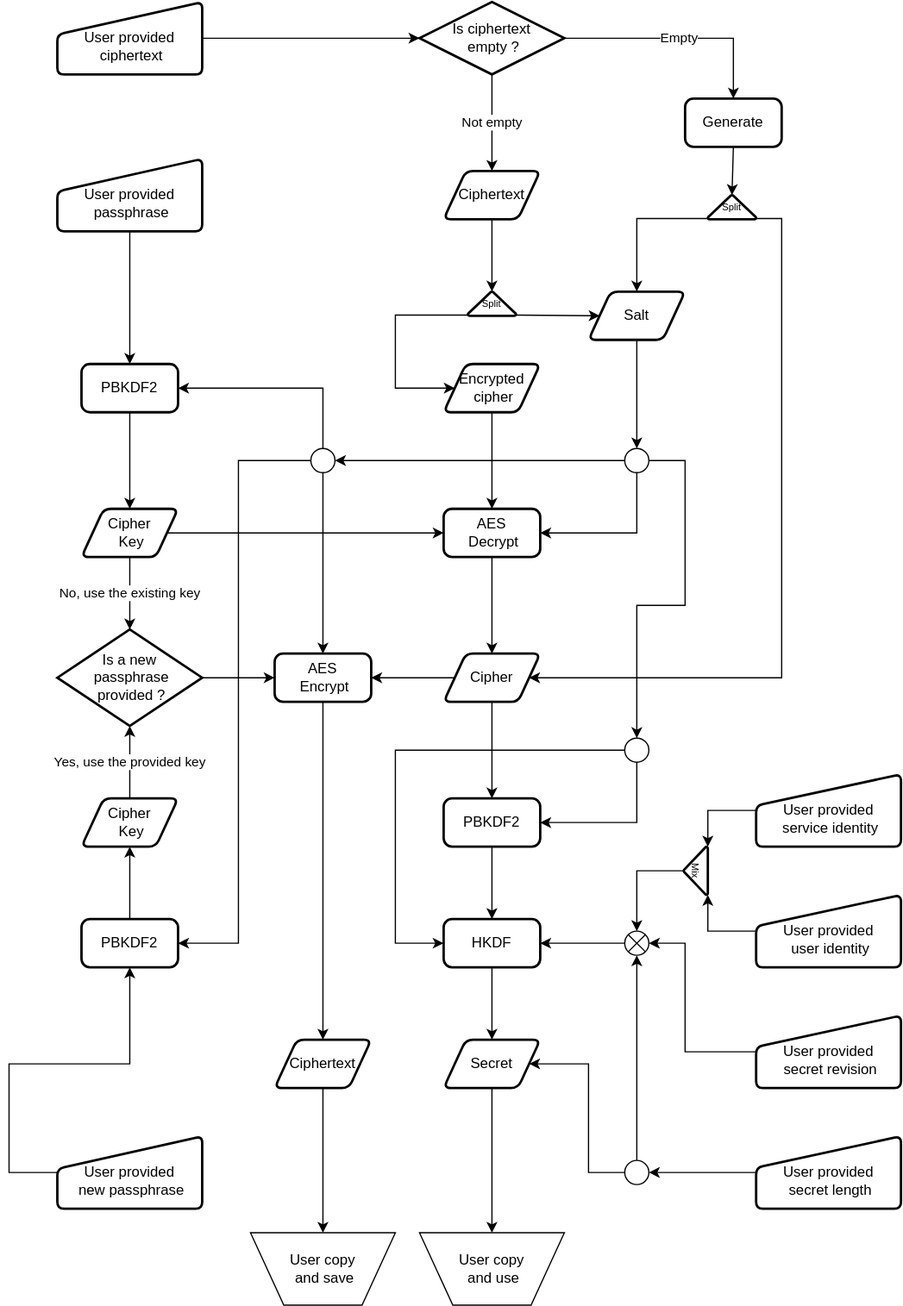
sumine-zl/amnesiac-secretary keeps this draw.io diagram as docs/flowchart.svg. Above is the earlier version. Source tidied: cells renumbered, new cells last; positions are measured from the earlier drawing's top-left corner, leaving out a move shared by most shapes.
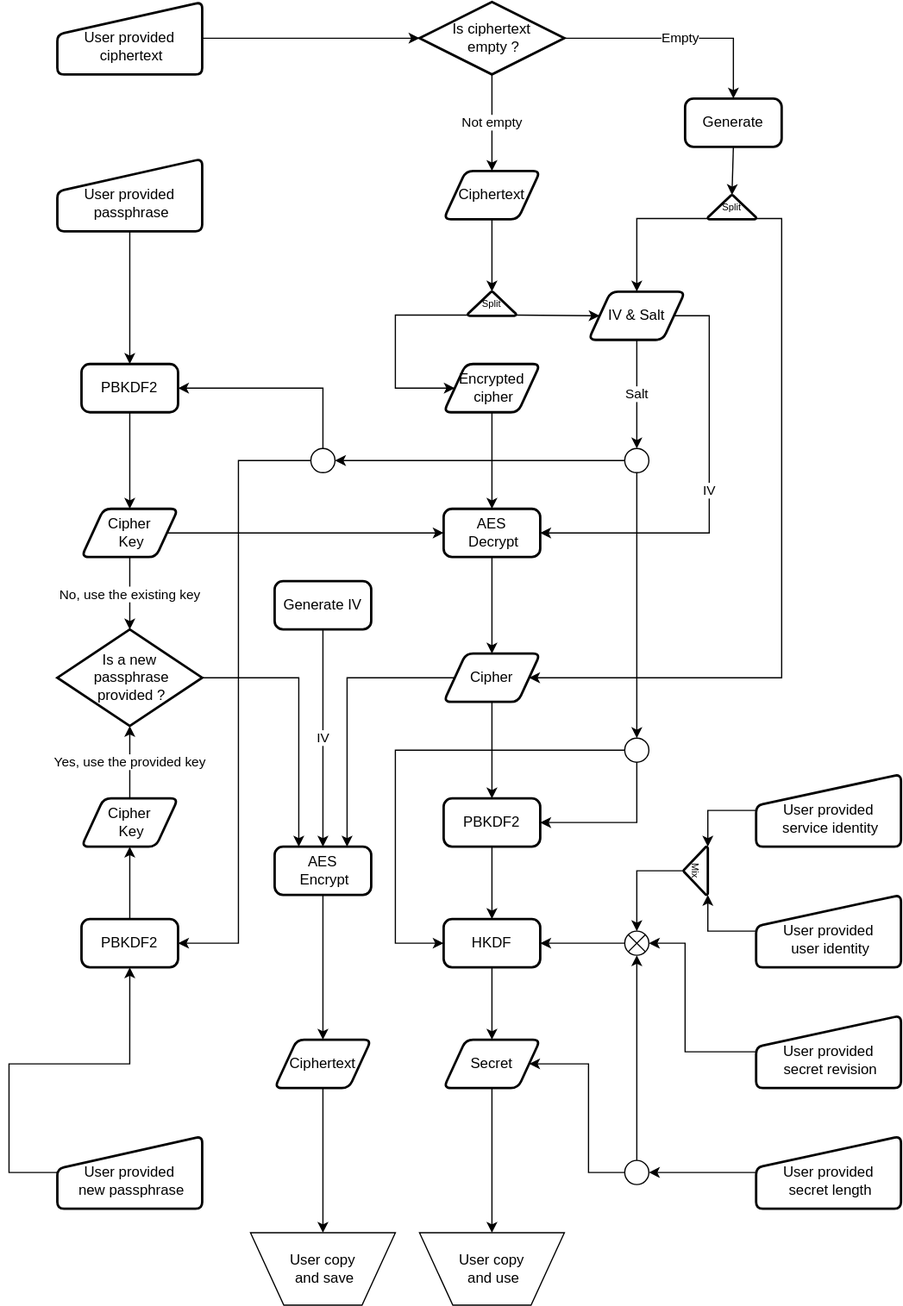
Above is the later version.

The edit, as a diff of the source:
```diff
@@ -20,7 +20,7 @@
     <mxCell id="7" style="endArrow=classic;html=1;rounded=0;entryX=0.5;entryY=0;entryDx=0;entryDy=0;entryPerimeter=0;exitX=0.5;exitY=1;exitDx=0;exitDy=0;" parent="1" edge="1" source="21" target="6">
       <mxGeometry relative="1" as="geometry" />
     </mxCell>
-    <mxCell id="8" value="Salt" style="shape=parallelogram;html=1;strokeWidth=2;perimeter=parallelogramPerimeter;whiteSpace=wrap;rounded=1;arcSize=12;size=0.23;" parent="1" vertex="1">
+    <mxCell id="8" value="IV &amp;amp; Salt" style="shape=parallelogram;html=1;strokeWidth=2;perimeter=parallelogramPerimeter;whiteSpace=wrap;rounded=1;arcSize=12;size=0.23;" parent="1" vertex="1">
       <mxGeometry x="480" y="240" width="80" height="40" as="geometry" />
     </mxCell>
     <mxCell id="9" value="Cipher" style="shape=parallelogram;html=1;strokeWidth=2;perimeter=parallelogramPerimeter;whiteSpace=wrap;rounded=1;arcSize=12;size=0.23;" parent="1" vertex="1">
@@ -100,13 +100,17 @@
       <mxGeometry x="60" y="660" width="80" height="40" as="geometry" />
     </mxCell>
     <mxCell id="33" value="AES&lt;div&gt;&amp;nbsp;Encrypt&lt;/div&gt;" style="rounded=1;whiteSpace=wrap;html=1;absoluteArcSize=1;arcSize=14;strokeWidth=2;" parent="1" vertex="1">
-      <mxGeometry x="220" y="540" width="80" height="40" as="geometry" />
+      <mxGeometry x="220" y="700" width="80" height="40" as="geometry" />
     </mxCell>
     <mxCell id="34" value="PBKDF2" style="rounded=1;whiteSpace=wrap;html=1;absoluteArcSize=1;arcSize=14;strokeWidth=2;" parent="1" vertex="1">
       <mxGeometry x="60" y="760" width="80" height="40" as="geometry" />
     </mxCell>
-    <mxCell id="35" style="endArrow=classic;html=1;rounded=0;exitX=0;exitY=0.5;exitDx=0;exitDy=0;entryX=1;entryY=0.5;entryDx=0;entryDy=0;" parent="1" edge="1" source="9" target="33">
-      <mxGeometry relative="1" as="geometry" />
+    <mxCell id="35" style="endArrow=classic;html=1;rounded=0;exitX=0;exitY=0.5;exitDx=0;exitDy=0;entryX=0.75;entryY=0;entryDx=0;entryDy=0;edgeStyle=elbowEdgeStyle;" parent="1" edge="1" source="9" target="33">
+      <mxGeometry relative="1" as="geometry">
+        <Array as="points">
+          <mxPoint x="280" y="670" />
+        </Array>
+      </mxGeometry>
     </mxCell>
     <mxCell id="36" style="endArrow=classic;html=1;rounded=0;exitX=0.5;exitY=1;exitDx=0;exitDy=0;entryX=0.5;entryY=0;entryDx=0;entryDy=0;entryPerimeter=0;" parent="1" edge="1" source="11" target="31">
       <mxGeometry relative="1" as="geometry" />
@@ -120,8 +124,12 @@
     <mxCell id="39" value="Yes, use the provided key" style="edgeLabel;html=1;align=center;verticalAlign=middle;" parent="38" vertex="1">
       <mxGeometry relative="1" as="geometry" />
     </mxCell>
-    <mxCell id="40" style="endArrow=classic;html=1;rounded=0;exitX=1;exitY=0.5;exitDx=0;exitDy=0;exitPerimeter=0;entryX=0;entryY=0.5;entryDx=0;entryDy=0;" parent="1" edge="1" source="31" target="33">
-      <mxGeometry relative="1" as="geometry" />
+    <mxCell id="40" style="endArrow=classic;html=1;rounded=0;exitX=1;exitY=0.5;exitDx=0;exitDy=0;exitPerimeter=0;entryX=0.25;entryY=0;entryDx=0;entryDy=0;edgeStyle=elbowEdgeStyle;" parent="1" edge="1" source="31" target="33">
+      <mxGeometry relative="1" as="geometry">
+        <Array as="points">
+          <mxPoint x="240" y="660" />
+        </Array>
+      </mxGeometry>
     </mxCell>
     <mxCell id="41" style="endArrow=classic;html=1;rounded=0;exitX=0.5;exitY=0;exitDx=0;exitDy=0;entryX=0.5;entryY=1;entryDx=0;entryDy=0;" parent="1" edge="1" source="34" target="32">
       <mxGeometry relative="1" as="geometry" />
@@ -238,7 +246,7 @@
     <mxCell id="67" style="ellipse;whiteSpace=wrap;html=1;fontSize=8;" parent="1" vertex="1">
       <mxGeometry x="510" y="370" width="20" height="20" as="geometry" />
     </mxCell>
-    <mxCell id="68" style="endArrow=classic;html=1;rounded=0;entryX=0.5;entryY=0;entryDx=0;entryDy=0;exitX=0.5;exitY=1;exitDx=0;exitDy=0;" parent="1" edge="1" source="8" target="67">
+    <mxCell id="68" value="Salt" style="endArrow=classic;html=1;rounded=0;entryX=0.5;entryY=0;entryDx=0;entryDy=0;exitX=0.5;exitY=1;exitDx=0;exitDy=0;" parent="1" edge="1" source="8" target="67">
       <mxGeometry relative="1" as="geometry" />
     </mxCell>
     <mxCell id="69" style="ellipse;whiteSpace=wrap;html=1;fontSize=8;" parent="1" vertex="1">
@@ -254,27 +262,11 @@
         </Array>
       </mxGeometry>
     </mxCell>
-    <mxCell id="72" style="endArrow=classic;html=1;rounded=0;exitX=0.5;exitY=1;exitDx=0;exitDy=0;entryX=0.5;entryY=0;entryDx=0;entryDy=0;" parent="1" edge="1" source="69" target="33">
-      <mxGeometry relative="1" as="geometry" />
-    </mxCell>
-    <mxCell id="73" style="endArrow=classic;html=1;rounded=0;exitX=0.5;exitY=1;exitDx=0;exitDy=0;entryX=1;entryY=0.5;entryDx=0;entryDy=0;edgeStyle=elbowEdgeStyle;elbow=vertical;" parent="1" edge="1" source="67" target="10">
-      <mxGeometry relative="1" as="geometry">
-        <Array as="points">
-          <mxPoint x="480" y="440" />
-        </Array>
-      </mxGeometry>
-    </mxCell>
     <mxCell id="74" style="ellipse;whiteSpace=wrap;html=1;fontSize=8;" parent="1" vertex="1">
       <mxGeometry x="510" y="610" width="20" height="20" as="geometry" />
     </mxCell>
-    <mxCell id="75" style="endArrow=classic;html=1;rounded=0;exitX=1;exitY=0.5;exitDx=0;exitDy=0;entryX=0.5;entryY=0;entryDx=0;entryDy=0;edgeStyle=orthogonalEdgeStyle;" parent="1" edge="1" source="67" target="74">
-      <mxGeometry relative="1" as="geometry">
-        <Array as="points">
-          <mxPoint x="560" y="380" />
-          <mxPoint x="560" y="500" />
-          <mxPoint x="520" y="500" />
-        </Array>
-      </mxGeometry>
+    <mxCell id="75" style="endArrow=classic;html=1;rounded=0;exitX=0.5;exitY=1;exitDx=0;exitDy=0;entryX=0.5;entryY=0;entryDx=0;entryDy=0;" parent="1" edge="1" source="67" target="74">
+      <mxGeometry relative="1" as="geometry" />
     </mxCell>
     <mxCell id="76" style="endArrow=classic;html=1;rounded=0;exitX=0;exitY=0.5;exitDx=0;exitDy=0;entryX=1;entryY=0.5;entryDx=0;entryDy=0;edgeStyle=elbowEdgeStyle;" parent="1" edge="1" source="69" target="34">
       <mxGeometry relative="1" as="geometry">
@@ -313,5 +305,18 @@
     <mxCell id="82" style="endArrow=classic;html=1;rounded=0;exitX=0.5;exitY=1;exitDx=0;exitDy=0;entryX=0.5;entryY=0;entryDx=0;entryDy=0;" parent="1" edge="1" source="80" target="10">
       <mxGeometry relative="1" as="geometry" />
     </mxCell>
+    <mxCell id="83" value="IV" style="endArrow=classic;html=1;rounded=0;exitX=1;exitY=0.5;exitDx=0;exitDy=0;entryX=1;entryY=0.5;entryDx=0;entryDy=0;edgeStyle=elbowEdgeStyle;" parent="1" edge="1" source="8" target="10">
+      <mxGeometry relative="1" as="geometry">
+        <Array as="points">
+          <mxPoint x="580" y="350" />
+        </Array>
+      </mxGeometry>
+    </mxCell>
+    <mxCell id="84" value="Generate IV" style="rounded=1;whiteSpace=wrap;html=1;absoluteArcSize=1;arcSize=14;strokeWidth=2;" parent="1" vertex="1">
+      <mxGeometry x="220" y="480" width="80" height="40" as="geometry" />
+    </mxCell>
+    <mxCell id="85" value="IV" style="endArrow=classic;html=1;rounded=0;exitX=0.5;exitY=1;exitDx=0;exitDy=0;entryX=0.5;entryY=0;entryDx=0;entryDy=0;" parent="1" edge="1" source="84" target="33">
+      <mxGeometry relative="1" as="geometry" />
+    </mxCell>
   </root>
 </mxGraphModel>
```
